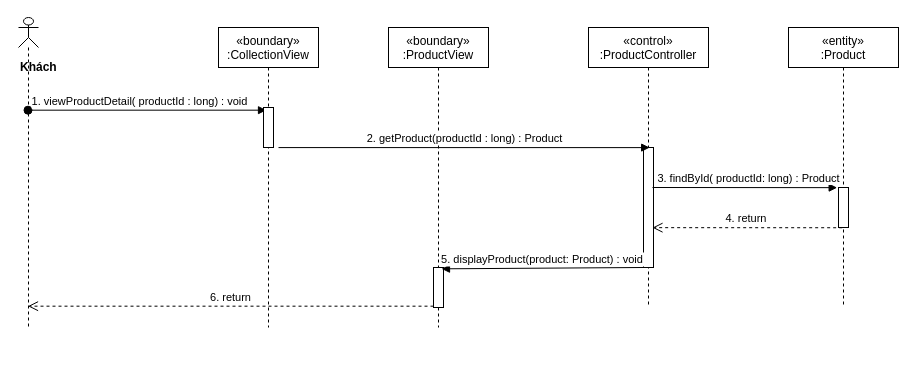
nguyenphamvan/datn_20202 keeps this draw.io diagram as sequence diagram/get-ProductDetail-sequence.drawio. Above is the earlier version. Source tidied: cells renumbered, new cells numbered last; positions are measured from the earlier drawing's top-left corner, leaving out a move shared by most shapes. Both pictures are drawn from the tidied source at 100%, with x=0, y=0 at pixel (18, 17).
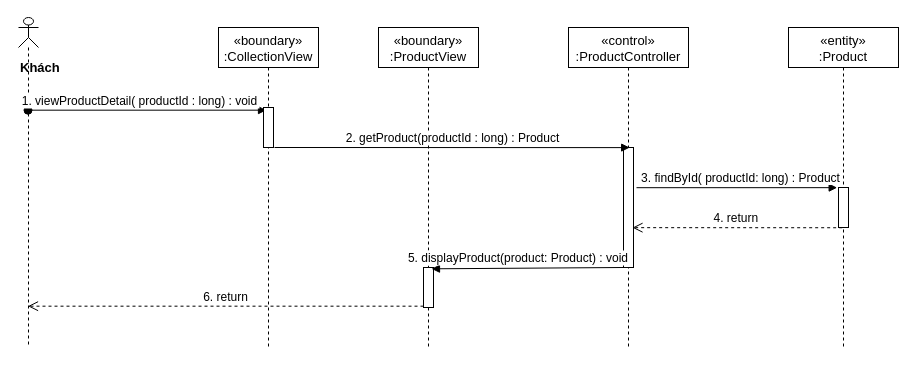
Above is the later version.

What changed in the source:
```diff
@@
 <mxGraphModel>
   <root>
     <mxCell id="0" />
     <mxCell id="1" parent="0" />
-    <mxCell id="2" value="«boundary»&#10;:ProductView" style="shape=umlLifeline;perimeter=lifelinePerimeter;rounded=0;shadow=0;strokeWidth=1;" parent="1" vertex="1">
-      <mxGeometry x="370" y="10" width="100" height="300" as="geometry" />
+    <mxCell id="2" value="«boundary»&#10;:ProductView" style="shape=umlLifeline;perimeter=lifelinePerimeter;rounded=0;shadow=0;strokeWidth=1;fontSize=13;" parent="1" vertex="1">
+      <mxGeometry x="360" y="10" width="100" height="320" as="geometry" />
     </mxCell>
     <mxCell id="3" style="html=1;points=[];perimeter=orthogonalPerimeter;" parent="2" vertex="1">
       <mxGeometry x="45" y="240" width="10" height="40" as="geometry" />
     </mxCell>
-    <mxCell id="4" value="«control»&#10;:ProductController" style="shape=umlLifeline;perimeter=lifelinePerimeter;rounded=0;shadow=0;strokeWidth=1;" parent="1" vertex="1">
-      <mxGeometry x="570" y="10" width="120" height="280" as="geometry" />
+    <mxCell id="4" value="«control»&#10;:ProductController" style="shape=umlLifeline;perimeter=lifelinePerimeter;rounded=0;shadow=0;strokeWidth=1;fontSize=13;" parent="1" vertex="1">
+      <mxGeometry x="550" y="10" width="120" height="320" as="geometry" />
     </mxCell>
     <mxCell id="5" style="points=[];perimeter=orthogonalPerimeter;rounded=0;shadow=0;strokeWidth=1;" parent="4" vertex="1">
       <mxGeometry x="55" y="120" width="10" height="120" as="geometry" />
     </mxCell>
-    <mxCell id="6" value="&lt;div&gt;&lt;b&gt;Khách&lt;/b&gt;&lt;/div&gt;" style="shape=umlLifeline;participant=umlActor;perimeter=lifelinePerimeter;whiteSpace=wrap;html=1;verticalAlign=top;spacingTop=36;outlineConnect=0;align=left;size=30;" parent="1" vertex="1">
-      <mxGeometry width="20" height="310" as="geometry" />
+    <mxCell id="6" value="&lt;div&gt;&lt;b&gt;&lt;font style=&quot;font-size: 13px&quot;&gt;Khách&lt;/font&gt;&lt;/b&gt;&lt;/div&gt;" style="shape=umlLifeline;participant=umlActor;perimeter=lifelinePerimeter;whiteSpace=wrap;html=1;verticalAlign=top;spacingTop=36;outlineConnect=0;align=left;size=30;" parent="1" vertex="1">
+      <mxGeometry width="20" height="330" as="geometry" />
     </mxCell>
-    <mxCell id="7" value="1. viewProductDetail( productId : long) : void" style="verticalAlign=bottom;startArrow=oval;endArrow=block;startSize=8;shadow=0;strokeWidth=1;entryX=0.3;entryY=0.067;entryDx=0;entryDy=0;entryPerimeter=0;" parent="1" edge="1" source="6" target="15">
+    <mxCell id="7" value="1. viewProductDetail( productId : long) : void" style="verticalAlign=bottom;startArrow=oval;endArrow=block;startSize=8;shadow=0;strokeWidth=1;entryX=0.3;entryY=0.067;entryDx=0;entryDy=0;entryPerimeter=0;fontSize=12;" parent="1" edge="1" source="6" target="15">
       <mxGeometry x="-0.06" relative="1" as="geometry" />
     </mxCell>
-    <mxCell id="8" value="2. getProduct(productId : long) : Product" style="html=1;verticalAlign=bottom;endArrow=block;entryX=0.617;entryY=0.001;entryDx=0;entryDy=0;entryPerimeter=0;exitX=1.5;exitY=1.002;exitDx=0;exitDy=0;exitPerimeter=0;" parent="1" edge="1" source="15" target="5">
-      <mxGeometry relative="1" as="geometry" />
+    <mxCell id="8" value="&lt;font style=&quot;font-size: 12px&quot;&gt;2. getProduct(productId : long) : Product&lt;/font&gt;" style="html=1;verticalAlign=bottom;endArrow=block;entryX=0.617;entryY=0.001;entryDx=0;entryDy=0;entryPerimeter=0;" parent="1" edge="1" target="5">
+      <mxGeometry relative="1" as="geometry">
+        <mxPoint x="256" y="130" as="sourcePoint" />
+      </mxGeometry>
     </mxCell>
-    <mxCell id="9" value="«entity»&#10;:Product" style="shape=umlLifeline;perimeter=lifelinePerimeter;rounded=0;shadow=0;strokeWidth=1;" parent="1" vertex="1">
-      <mxGeometry x="770" y="10" width="110" height="280" as="geometry" />
+    <mxCell id="9" value="«entity»&#10;:Product" style="shape=umlLifeline;perimeter=lifelinePerimeter;rounded=0;shadow=0;strokeWidth=1;fontSize=13;" parent="1" vertex="1">
+      <mxGeometry x="770" y="10" width="110" height="320" as="geometry" />
     </mxCell>
     <mxCell id="10" style="points=[];perimeter=orthogonalPerimeter;rounded=0;shadow=0;strokeWidth=1;" parent="9" vertex="1">
       <mxGeometry x="50" y="160" width="10" height="40" as="geometry" />
     </mxCell>
-    <mxCell id="11" value="3. findById( productId: long) : Product" style="html=1;verticalAlign=bottom;endArrow=block;entryX=-0.133;entryY=0.004;entryDx=0;entryDy=0;entryPerimeter=0;" parent="1" edge="1" target="10">
-      <mxGeometry x="0.04" relative="1" as="geometry">
-        <mxPoint x="634" y="170" as="sourcePoint" />
-      </mxGeometry>
+    <mxCell id="11" value="&lt;font style=&quot;font-size: 12px&quot;&gt;3. findById( productId: long) : Product&lt;/font&gt;" style="html=1;verticalAlign=bottom;endArrow=block;entryX=-0.133;entryY=0.004;entryDx=0;entryDy=0;entryPerimeter=0;exitX=1.3;exitY=0.335;exitDx=0;exitDy=0;exitPerimeter=0;" parent="1" edge="1" source="5" target="10">
+      <mxGeometry x="0.04" relative="1" as="geometry" />
     </mxCell>
-    <mxCell id="12" value="4. return&amp;nbsp;" style="html=1;verticalAlign=bottom;endArrow=open;dashed=1;endSize=8;exitX=0.367;exitY=1.006;exitDx=0;exitDy=0;exitPerimeter=0;entryX=0.9;entryY=0.668;entryDx=0;entryDy=0;entryPerimeter=0;" parent="1" edge="1" source="10" target="5">
+    <mxCell id="12" value="&lt;font style=&quot;font-size: 12px&quot;&gt;4. return&amp;nbsp;&lt;/font&gt;" style="html=1;verticalAlign=bottom;endArrow=open;dashed=1;endSize=8;exitX=0.367;exitY=1.006;exitDx=0;exitDy=0;exitPerimeter=0;entryX=0.9;entryY=0.668;entryDx=0;entryDy=0;entryPerimeter=0;" parent="1" edge="1" source="10" target="5">
       <mxGeometry relative="1" as="geometry" />
     </mxCell>
-    <mxCell id="13" value="5. displayProduct(product: Product) : void" style="verticalAlign=bottom;endArrow=block;shadow=0;strokeWidth=1;entryX=0.8;entryY=0.033;entryDx=0;entryDy=0;entryPerimeter=0;" parent="1" edge="1" source="5" target="3">
-      <mxGeometry relative="1" as="geometry" />
+    <mxCell id="13" value="5. displayProduct(product: Product) : void" style="verticalAlign=bottom;endArrow=block;shadow=0;strokeWidth=1;entryX=0.8;entryY=0.033;entryDx=0;entryDy=0;entryPerimeter=0;fontSize=12;" parent="1" edge="1" source="5" target="3">
+      <mxGeometry x="0.09" y="-1" relative="1" as="geometry" />
     </mxCell>
-    <mxCell id="14" value="«boundary»&#10;:CollectionView" style="shape=umlLifeline;perimeter=lifelinePerimeter;rounded=0;shadow=0;strokeWidth=1;" parent="1" vertex="1">
-      <mxGeometry x="200" y="10" width="100" height="300" as="geometry" />
+    <mxCell id="14" value="«boundary»&#10;:CollectionView" style="shape=umlLifeline;perimeter=lifelinePerimeter;rounded=0;shadow=0;strokeWidth=1;fontSize=13;" parent="1" vertex="1">
+      <mxGeometry x="200" y="10" width="100" height="320" as="geometry" />
     </mxCell>
     <mxCell id="15" style="html=1;points=[];perimeter=orthogonalPerimeter;" parent="14" vertex="1">
       <mxGeometry x="45" y="80" width="10" height="40" as="geometry" />
     </mxCell>
-    <mxCell id="16" value="6. return" style="html=1;verticalAlign=bottom;endArrow=open;dashed=1;endSize=8;exitX=0;exitY=0.967;exitDx=0;exitDy=0;exitPerimeter=0;" parent="1" edge="1" source="3" target="6">
+    <mxCell id="16" value="&lt;font style=&quot;font-size: 12px&quot;&gt;6. return&lt;/font&gt;" style="html=1;verticalAlign=bottom;endArrow=open;dashed=1;endSize=8;exitX=0;exitY=0.967;exitDx=0;exitDy=0;exitPerimeter=0;" parent="1" edge="1" source="3" target="6">
       <mxGeometry relative="1" as="geometry" />
     </mxCell>
   </root>
 </mxGraphModel>
```
